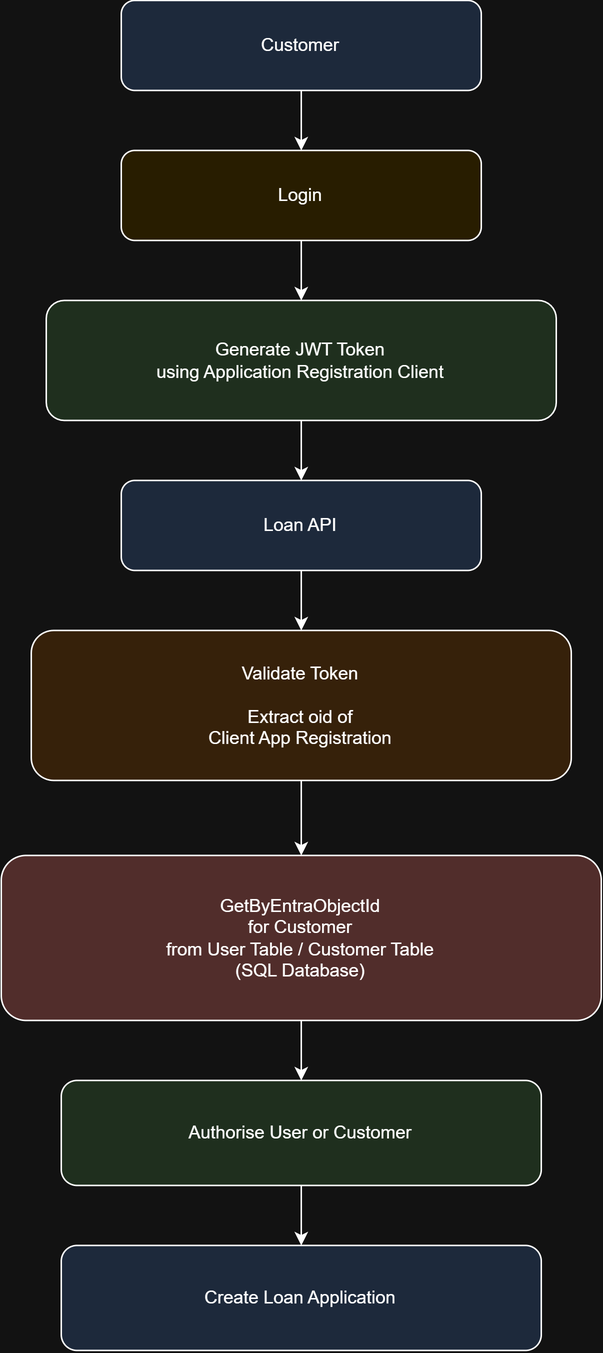
Earlier version of the draw.io export Documents/Authentication/Authenticate.png (kirtish19/BankingApp). Source tidied: cells renumbered, new cells last; positions are measured from the earlier drawing's top-left corner, leaving out a move shared by most shapes. Source of this version:
```xml
<mxGraphModel>
  <root>
    <mxCell id="0" />
    <mxCell id="1" parent="0" />
    <mxCell id="2" value="Customer" style="rounded=1;whiteSpace=wrap;html=1;fillColor=#dae8fc;" parent="1" vertex="1">
      <mxGeometry x="80" width="240" height="60" as="geometry" />
    </mxCell>
    <mxCell id="3" value="Login" style="rounded=1;whiteSpace=wrap;html=1;fillColor=#fff2cc;" parent="1" vertex="1">
      <mxGeometry x="80" y="100" width="240" height="60" as="geometry" />
    </mxCell>
    <mxCell id="4" value="Generate JWT Token&#10;using Application Registration Client" style="rounded=1;whiteSpace=wrap;html=1;fillColor=#d5e8d4;" parent="1" vertex="1">
      <mxGeometry x="30" y="200" width="340" height="80" as="geometry" />
    </mxCell>
    <mxCell id="5" value="Loan API" style="rounded=1;whiteSpace=wrap;html=1;fillColor=#dae8fc;" parent="1" vertex="1">
      <mxGeometry x="80" y="320" width="240" height="60" as="geometry" />
    </mxCell>
    <mxCell id="6" value="Validate Token&#10;&#10;Extract oid of&#10;Client App Registration" style="rounded=1;whiteSpace=wrap;html=1;fillColor=#ffe6cc;" parent="1" vertex="1">
      <mxGeometry x="20" y="420" width="360" height="100" as="geometry" />
    </mxCell>
    <mxCell id="7" value="GetByEntraObjectId&#10;for Customer&#10;from User Table / Customer Table&#10;(SQL Database)" style="rounded=1;whiteSpace=wrap;html=1;fillColor=#f8cecc;" parent="1" vertex="1">
      <mxGeometry y="570" width="400" height="110" as="geometry" />
    </mxCell>
    <mxCell id="8" value="Authorise User or Customer" style="rounded=1;whiteSpace=wrap;html=1;fillColor=#d5e8d4;" parent="1" vertex="1">
      <mxGeometry x="40" y="720" width="320" height="70" as="geometry" />
    </mxCell>
    <mxCell id="9" value="Create Loan Application" style="rounded=1;whiteSpace=wrap;html=1;fillColor=#dae8fc;" parent="1" vertex="1">
      <mxGeometry x="40" y="830" width="320" height="70" as="geometry" />
    </mxCell>
    <mxCell id="10" parent="1" edge="1" source="2" target="3">
      <mxGeometry relative="1" as="geometry" />
    </mxCell>
    <mxCell id="11" parent="1" edge="1" source="3" target="4">
      <mxGeometry relative="1" as="geometry" />
    </mxCell>
    <mxCell id="12" parent="1" edge="1" source="4" target="5">
      <mxGeometry relative="1" as="geometry" />
    </mxCell>
    <mxCell id="13" parent="1" edge="1" source="5" target="6">
      <mxGeometry relative="1" as="geometry" />
    </mxCell>
    <mxCell id="14" parent="1" edge="1" source="6" target="7">
      <mxGeometry relative="1" as="geometry" />
    </mxCell>
    <mxCell id="15" parent="1" edge="1" source="7" target="8">
      <mxGeometry relative="1" as="geometry" />
    </mxCell>
    <mxCell id="16" parent="1" edge="1" source="8" target="9">
      <mxGeometry relative="1" as="geometry" />
    </mxCell>
  </root>
</mxGraphModel>
```
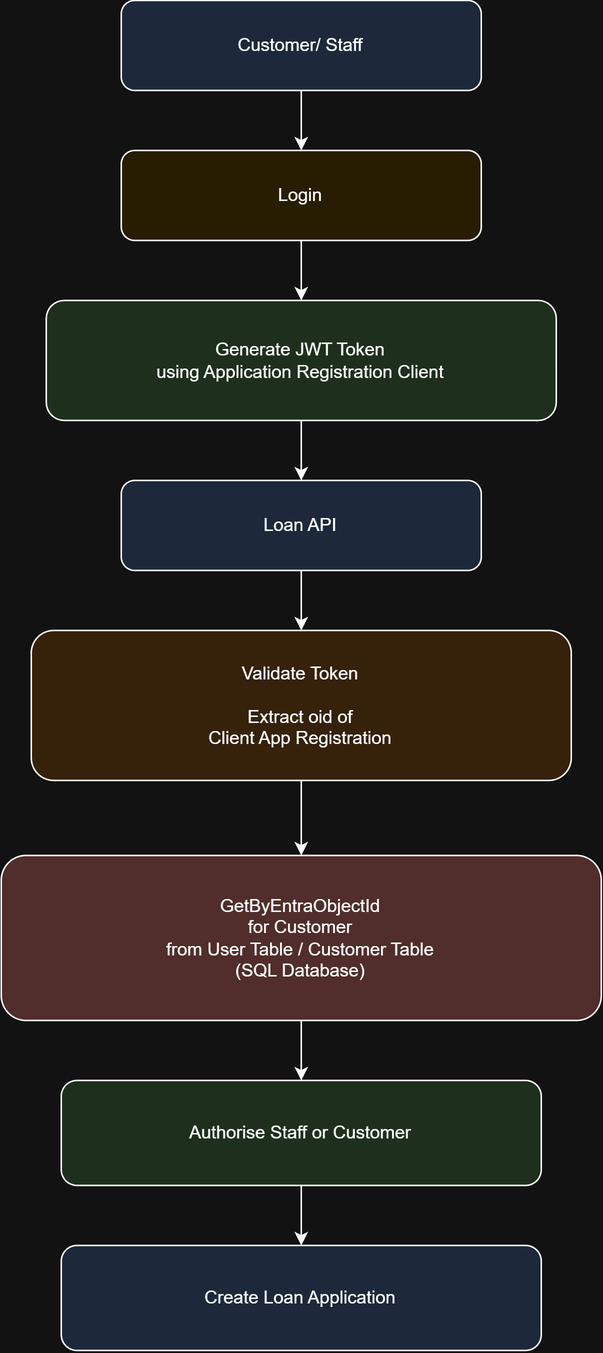
After the change.

Commit message:
Authentication flow updated

What changed in the source:
```diff
@@ -2,7 +2,7 @@
   <root>
     <mxCell id="0" />
     <mxCell id="1" parent="0" />
-    <mxCell id="2" value="Customer" style="rounded=1;whiteSpace=wrap;html=1;fillColor=#dae8fc;" parent="1" vertex="1">
+    <mxCell id="2" value="Customer/ Staff" style="rounded=1;whiteSpace=wrap;html=1;fillColor=#dae8fc;" parent="1" vertex="1">
       <mxGeometry x="80" width="240" height="60" as="geometry" />
     </mxCell>
     <mxCell id="3" value="Login" style="rounded=1;whiteSpace=wrap;html=1;fillColor=#fff2cc;" parent="1" vertex="1">
@@ -20,7 +20,7 @@
     <mxCell id="7" value="GetByEntraObjectId&#10;for Customer&#10;from User Table / Customer Table&#10;(SQL Database)" style="rounded=1;whiteSpace=wrap;html=1;fillColor=#f8cecc;" parent="1" vertex="1">
       <mxGeometry y="570" width="400" height="110" as="geometry" />
     </mxCell>
-    <mxCell id="8" value="Authorise User or Customer" style="rounded=1;whiteSpace=wrap;html=1;fillColor=#d5e8d4;" parent="1" vertex="1">
+    <mxCell id="8" value="Authorise Staff or Customer" style="rounded=1;whiteSpace=wrap;html=1;fillColor=#d5e8d4;" parent="1" vertex="1">
       <mxGeometry x="40" y="720" width="320" height="70" as="geometry" />
     </mxCell>
     <mxCell id="9" value="Create Loan Application" style="rounded=1;whiteSpace=wrap;html=1;fillColor=#dae8fc;" parent="1" vertex="1">
```
